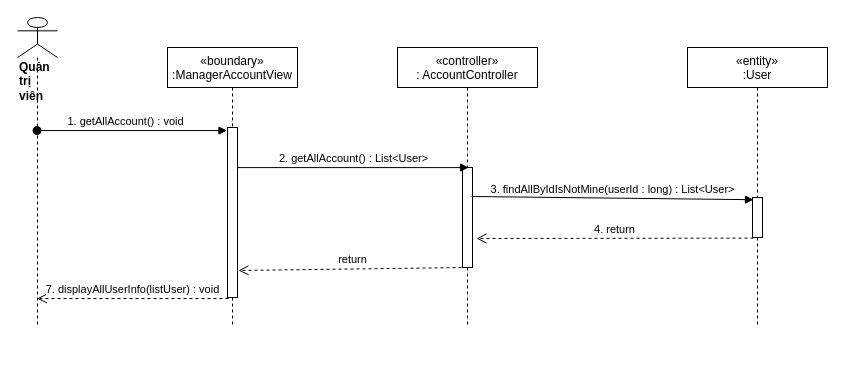
Before: sequence diagram/view-user-manager-sequence.drawio in nguyenphamvan/datn_20202, a draw.io diagram. Source tidied: cells renumbered, new cells numbered last; positions are measured from the earlier drawing's top-left corner, leaving out a move shared by most shapes. Both pictures are drawn from the tidied source at 100%, with x=0, y=0 at pixel (17, 17).
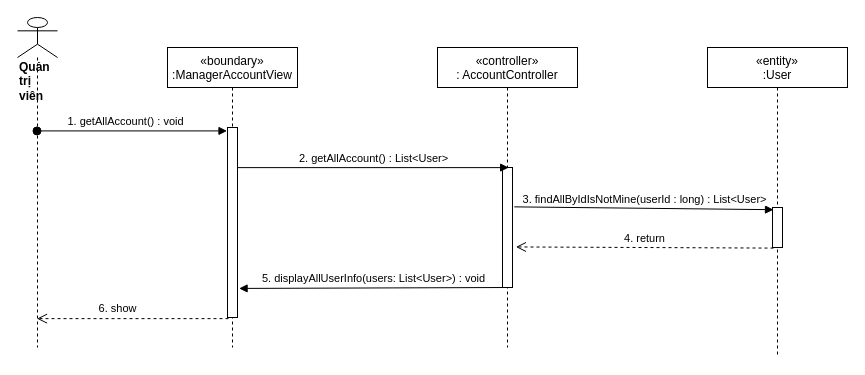
The same page after the edit.

Change to the diagram source:
```diff
@@
 <mxGraphModel>
   <root>
     <mxCell id="0" />
     <mxCell id="1" parent="0" />
     <mxCell id="2" value="«boundary»&#10;:ManagerAccountView" style="shape=umlLifeline;perimeter=lifelinePerimeter;rounded=0;shadow=0;strokeWidth=1;" parent="1" vertex="1">
-      <mxGeometry x="150" y="30" width="130" height="280" as="geometry" />
+      <mxGeometry x="150" y="30" width="130" height="300" as="geometry" />
     </mxCell>
     <mxCell id="3" style="points=[];perimeter=orthogonalPerimeter;rounded=0;shadow=0;strokeWidth=1;" parent="2" vertex="1">
-      <mxGeometry x="60" y="80" width="10" height="170" as="geometry" />
+      <mxGeometry x="60" y="80" width="10" height="190" as="geometry" />
     </mxCell>
     <mxCell id="4" value="«controller»&#10;: AccountController" style="shape=umlLifeline;perimeter=lifelinePerimeter;rounded=0;shadow=0;strokeWidth=1;" parent="1" vertex="1">
-      <mxGeometry x="380" y="30" width="140" height="280" as="geometry" />
+      <mxGeometry x="420" y="30" width="140" height="300" as="geometry" />
     </mxCell>
     <mxCell id="5" style="points=[];perimeter=orthogonalPerimeter;rounded=0;shadow=0;strokeWidth=1;" parent="4" vertex="1">
-      <mxGeometry x="65" y="120" width="10" height="100" as="geometry" />
+      <mxGeometry x="65" y="120" width="10" height="120" as="geometry" />
     </mxCell>
     <mxCell id="6" value="&lt;div&gt;&lt;b&gt;Quản trị viên&lt;/b&gt;&lt;/div&gt;" style="shape=umlLifeline;participant=umlActor;perimeter=lifelinePerimeter;whiteSpace=wrap;html=1;verticalAlign=top;spacingTop=36;outlineConnect=0;align=left;size=40;" parent="1" vertex="1">
-      <mxGeometry width="40" height="310" as="geometry" />
+      <mxGeometry width="40" height="330" as="geometry" />
     </mxCell>
     <mxCell id="7" value="1. getAllAccount() : void" style="verticalAlign=bottom;startArrow=oval;endArrow=block;startSize=8;shadow=0;strokeWidth=1;entryX=-0.05;entryY=0.018;entryDx=0;entryDy=0;entryPerimeter=0;" parent="1" edge="1" source="6" target="3">
       <mxGeometry x="-0.06" relative="1" as="geometry" />
     </mxCell>
     <mxCell id="8" value="2. getAllAccount() : List&amp;lt;User&amp;gt;" style="html=1;verticalAlign=bottom;endArrow=block;entryX=0.617;entryY=0.001;entryDx=0;entryDy=0;entryPerimeter=0;" parent="1" edge="1" source="3" target="5">
       <mxGeometry relative="1" as="geometry" />
     </mxCell>
     <mxCell id="9" value="«entity»&#10;:User" style="shape=umlLifeline;perimeter=lifelinePerimeter;rounded=0;shadow=0;strokeWidth=1;" parent="1" vertex="1">
-      <mxGeometry x="670" y="30" width="140" height="280" as="geometry" />
+      <mxGeometry x="690" y="30" width="140" height="310" as="geometry" />
     </mxCell>
     <mxCell id="10" style="points=[];perimeter=orthogonalPerimeter;rounded=0;shadow=0;strokeWidth=1;" parent="9" vertex="1">
-      <mxGeometry x="65" y="150" width="10" height="40" as="geometry" />
+      <mxGeometry x="65" y="160" width="10" height="40" as="geometry" />
     </mxCell>
-    <mxCell id="11" value="3. findAllByIdIsNotMine(userId : long) : List&amp;lt;User&amp;gt;" style="html=1;verticalAlign=bottom;endArrow=block;entryX=0.1;entryY=0.055;entryDx=0;entryDy=0;entryPerimeter=0;exitX=0.9;exitY=0.29;exitDx=0;exitDy=0;exitPerimeter=0;" parent="1" edge="1" source="5" target="10">
+    <mxCell id="11" value="3. findAllByIdIsNotMine(userId : long) : List&amp;lt;User&amp;gt;" style="html=1;verticalAlign=bottom;endArrow=block;entryX=0.1;entryY=0.055;entryDx=0;entryDy=0;entryPerimeter=0;exitX=1.18;exitY=0.328;exitDx=0;exitDy=0;exitPerimeter=0;" parent="1" edge="1" source="5" target="10">
       <mxGeometry relative="1" as="geometry" />
     </mxCell>
-    <mxCell id="12" value="4. return" style="html=1;verticalAlign=bottom;endArrow=open;dashed=1;endSize=8;exitX=0.1;exitY=1.015;exitDx=0;exitDy=0;exitPerimeter=0;entryX=1.4;entryY=0.71;entryDx=0;entryDy=0;entryPerimeter=0;" parent="1" edge="1" source="10" target="5">
+    <mxCell id="12" value="4. return" style="html=1;verticalAlign=bottom;endArrow=open;dashed=1;endSize=8;exitX=0.1;exitY=1.015;exitDx=0;exitDy=0;exitPerimeter=0;entryX=1.34;entryY=0.662;entryDx=0;entryDy=0;entryPerimeter=0;" parent="1" edge="1" source="10" target="5">
       <mxGeometry relative="1" as="geometry" />
     </mxCell>
-    <mxCell id="13" value="&lt;span style=&quot;color: rgb(0 , 0 , 0) ; font-family: &amp;#34;helvetica&amp;#34; ; font-size: 11px ; font-style: normal ; font-weight: 400 ; letter-spacing: normal ; text-align: center ; text-indent: 0px ; text-transform: none ; word-spacing: 0px ; background-color: rgb(255 , 255 , 255) ; display: inline ; float: none&quot;&gt;7. displayAllUserInfo(listUser) : void&lt;/span&gt;" style="html=1;verticalAlign=bottom;endArrow=open;dashed=1;endSize=8;exitX=0.1;exitY=1.006;exitDx=0;exitDy=0;exitPerimeter=0;" parent="1" edge="1" source="3" target="6">
+    <mxCell id="13" style="html=1;verticalAlign=bottom;endArrow=open;dashed=1;endSize=8;exitX=0.1;exitY=1.006;exitDx=0;exitDy=0;exitPerimeter=0;" parent="1" edge="1" source="3" target="6">
       <mxGeometry relative="1" as="geometry" />
     </mxCell>
+    <mxCell id="15" value="6. show" style="edgeLabel;html=1;align=center;verticalAlign=middle;" parent="13" vertex="1">
+      <mxGeometry x="0.27" y="-1" relative="1" as="geometry">
+        <mxPoint x="10" y="-10" as="offset" />
+      </mxGeometry>
+    </mxCell>
-    <mxCell id="14" value="return" style="html=1;verticalAlign=bottom;endArrow=open;dashed=1;endSize=8;entryX=1.1;entryY=0.841;entryDx=0;entryDy=0;entryPerimeter=0;exitX=0.5;exitY=1;exitDx=0;exitDy=0;exitPerimeter=0;" parent="1" edge="1" source="5" target="3">
+    <mxCell id="14" value="&lt;span style=&quot;font-family: &amp;#34;helvetica&amp;#34;&quot;&gt;5. displayAllUserInfo(users: List&amp;lt;User&amp;gt;) : void&lt;/span&gt;" style="html=1;verticalAlign=bottom;endArrow=block;exitX=0.5;exitY=1;exitDx=0;exitDy=0;exitPerimeter=0;entryX=1.16;entryY=0.847;entryDx=0;entryDy=0;entryPerimeter=0;" parent="1" edge="1" source="5" target="3">
       <mxGeometry relative="1" as="geometry" />
     </mxCell>
   </root>
 </mxGraphModel>
```
